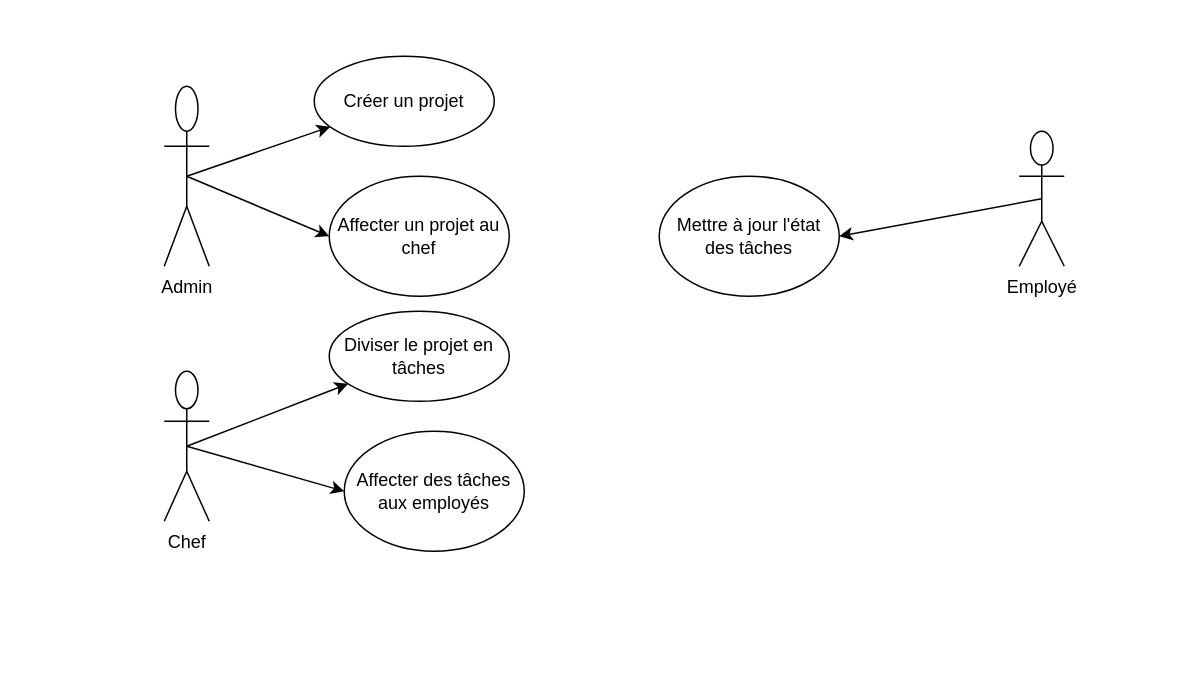
This is gestion projet.drawio from wissem290/pfe, a draw.io file, before an edit. Source tidied: cells renumbered, new cells numbered last; positions are measured from the earlier drawing's top-left corner, leaving out a move shared by most shapes. Both pictures are drawn from the tidied source at 150%, with x=0, y=0 at pixel (164, 56).
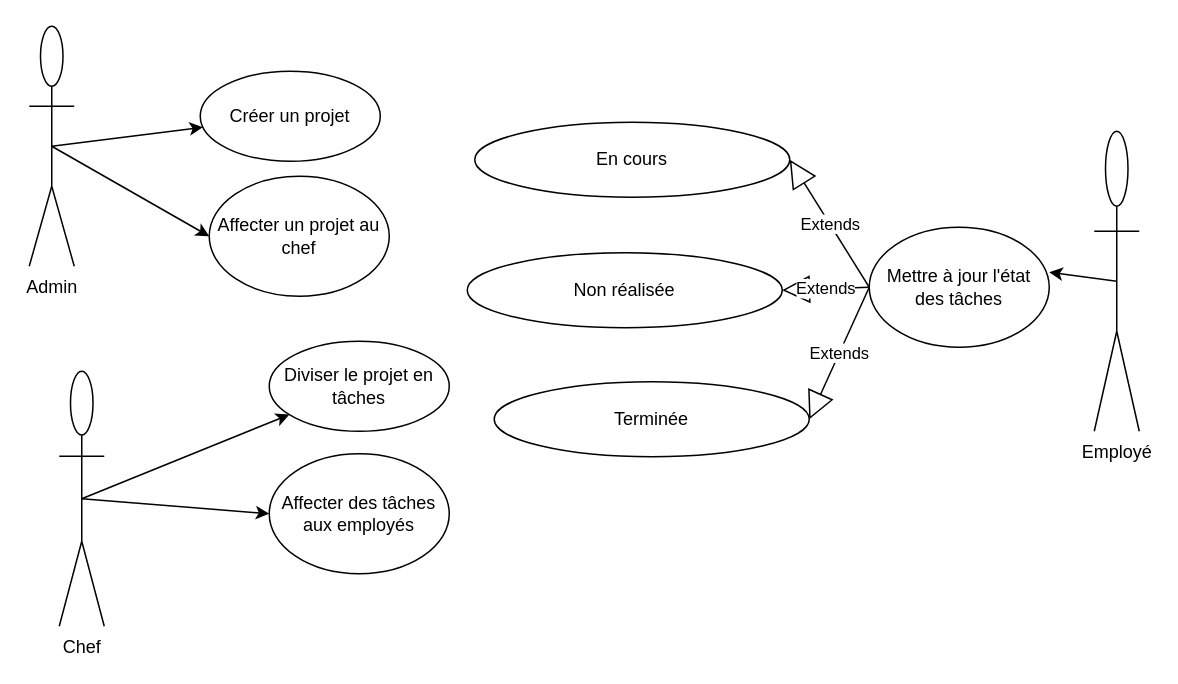
The same diagram, later.

Commit message (it also covers changes not shown here):
Mettre à jour gestion projet.drawio

Diff of the diagram source:
```diff
@@
     <mxCell id="2" value="Admin" style="shape=umlActor;verticalLabelPosition=bottom;verticalAlign=top;html=1;outlineConnect=0;" parent="1" vertex="1">
-      <mxGeometry y="20" width="30" height="120" as="geometry" />
+      <mxGeometry x="-90" y="-20" width="30" height="160" as="geometry" />
     </mxCell>
@@
     <mxCell id="4" value="Créer un projet" style="ellipse;whiteSpace=wrap;html=1;" parent="1" vertex="1">
-      <mxGeometry x="100" width="120" height="60" as="geometry" />
+      <mxGeometry x="24" y="10" width="120" height="60" as="geometry" />
     </mxCell>
     <mxCell id="5" value="Affecter un projet au chef" style="ellipse;whiteSpace=wrap;html=1;" parent="1" vertex="1">
-      <mxGeometry x="110" y="80" width="120" height="80" as="geometry" />
+      <mxGeometry x="30" y="80" width="120" height="80" as="geometry" />
     </mxCell>
@@
     <mxCell id="7" value="Chef" style="shape=umlActor;verticalLabelPosition=bottom;verticalAlign=top;html=1;outlineConnect=0;" parent="1" vertex="1">
-      <mxGeometry y="210" width="30" height="100" as="geometry" />
+      <mxGeometry x="-70" y="210" width="30" height="170" as="geometry" />
     </mxCell>
@@
     <mxCell id="9" value="Diviser le projet en tâches" style="ellipse;whiteSpace=wrap;html=1;" parent="1" vertex="1">
-      <mxGeometry x="110" y="170" width="120" height="60" as="geometry" />
+      <mxGeometry x="70" y="190" width="120" height="60" as="geometry" />
     </mxCell>
     <mxCell id="10" value="Affecter des tâches aux employés" style="ellipse;whiteSpace=wrap;html=1;" parent="1" vertex="1">
-      <mxGeometry x="120" y="250" width="120" height="80" as="geometry" />
+      <mxGeometry x="70" y="265" width="120" height="80" as="geometry" />
     </mxCell>
@@
     <mxCell id="12" value="Employé" style="shape=umlActor;verticalLabelPosition=bottom;verticalAlign=top;html=1;outlineConnect=0;" parent="1" vertex="1">
-      <mxGeometry x="570" y="50" width="30" height="90" as="geometry" />
+      <mxGeometry x="620" y="50" width="30" height="200" as="geometry" />
     </mxCell>
-    <mxCell id="13" style="endArrow=classic;html=1;rounded=0;exitX=0.5;exitY=0.5;exitDx=0;exitDy=0;exitPerimeter=0;" parent="1" edge="1" source="12">
-      <mxGeometry relative="1" as="geometry">
-        <mxPoint x="450" y="120" as="targetPoint" />
-      </mxGeometry>
+    <mxCell id="13" style="endArrow=classic;html=1;rounded=0;exitX=0.5;exitY=0.5;exitDx=0;exitDy=0;exitPerimeter=0;entryX=1;entryY=0.375;entryDx=0;entryDy=0;entryPerimeter=0;" parent="1" edge="1" source="12" target="14">
+      <mxGeometry relative="1" as="geometry" />
     </mxCell>
     <mxCell id="14" value="Mettre à jour l'état des tâches" style="ellipse;whiteSpace=wrap;html=1;" parent="1" vertex="1">
-      <mxGeometry x="330" y="80" width="120" height="80" as="geometry" />
+      <mxGeometry x="470" y="114" width="120" height="80" as="geometry" />
     </mxCell>
+    <mxCell id="15" value="Extends" style="endArrow=block;endSize=16;endFill=0;html=1;rounded=0;entryX=1;entryY=0.5;entryDx=0;entryDy=0;exitX=0;exitY=0.5;exitDx=0;exitDy=0;" parent="1" edge="1" source="14" target="16">
+      <mxGeometry relative="1" as="geometry" />
+    </mxCell>
+    <mxCell id="16" value="Terminée" style="ellipse;whiteSpace=wrap;html=1;" parent="1" vertex="1">
+      <mxGeometry x="220" y="217" width="210" height="50" as="geometry" />
+    </mxCell>
+    <mxCell id="17" value="Non réalisée" style="ellipse;whiteSpace=wrap;html=1;" parent="1" vertex="1">
+      <mxGeometry x="202" y="131" width="210" height="50" as="geometry" />
+    </mxCell>
+    <mxCell id="18" value="En cours" style="ellipse;whiteSpace=wrap;html=1;" parent="1" vertex="1">
+      <mxGeometry x="207" y="44" width="210" height="50" as="geometry" />
+    </mxCell>
+    <mxCell id="19" value="Extends" style="endArrow=block;endSize=16;endFill=0;html=1;rounded=0;exitX=0;exitY=0.5;exitDx=0;exitDy=0;entryX=1;entryY=0.5;entryDx=0;entryDy=0;" parent="1" edge="1" source="14" target="18">
+      <mxGeometry relative="1" as="geometry" />
+    </mxCell>
+    <mxCell id="20" value="Extends" style="endArrow=block;endSize=16;endFill=0;html=1;rounded=0;exitX=0;exitY=0.5;exitDx=0;exitDy=0;entryX=1;entryY=0.5;entryDx=0;entryDy=0;" parent="1" edge="1" source="14" target="17">
+      <mxGeometry relative="1" as="geometry" />
+    </mxCell>
```
